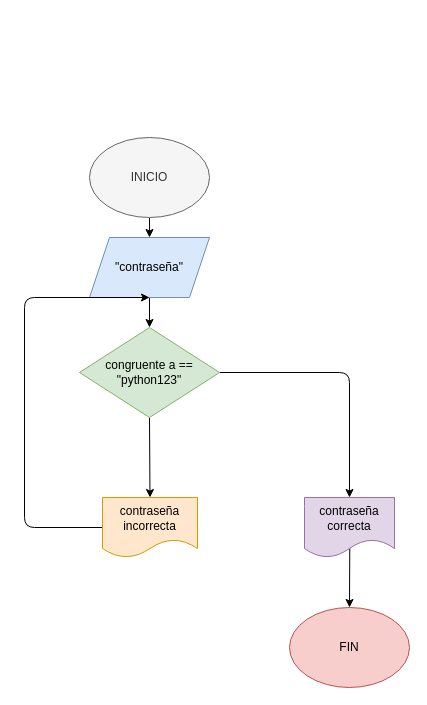
Earlier version of the draw.io diagram Ejercicio No.1/diagrama.drawio (stebancarrenoaraque/EJERCICIOS-PRACTICA-WHILE). Source tidied: cells renumbered, new cells numbered last; positions are measured from the earlier drawing's top-left corner, leaving out a move shared by most shapes. Both pictures are drawn from the tidied source at 100%, with x=0, y=0 at pixel (24, 137). Pictures stored in the file or linked from it are replaced by grey dashed boxes.
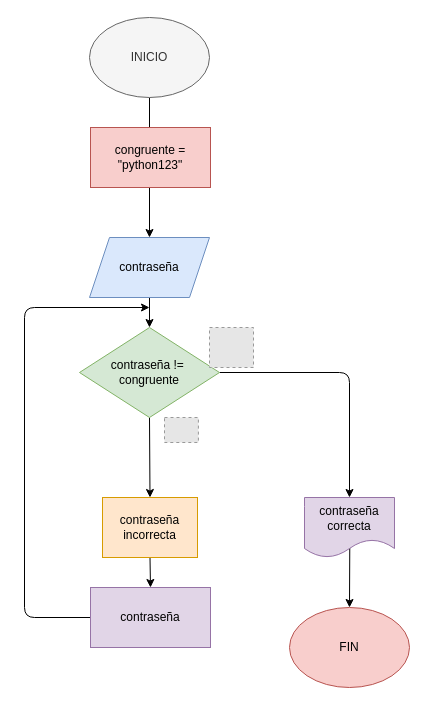
The same page after the edit.

Commit message (it also covers changes not shown here):
se actualizo el README con analisis y diseño

Diff of the diagram source:
```diff
@@
     <mxCell id="3" value="INICIO" style="ellipse;whiteSpace=wrap;html=1;fillColor=#f5f5f5;fontColor=#333333;strokeColor=#666666;" parent="1" vertex="1">
-      <mxGeometry x="65" width="120" height="80" as="geometry" />
+      <mxGeometry x="65" y="-120" width="120" height="80" as="geometry" />
     </mxCell>
@@
-    <mxCell id="5" value="&quot;contraseña&quot;" style="shape=parallelogram;perimeter=parallelogramPerimeter;whiteSpace=wrap;html=1;fixedSize=1;fillColor=#dae8fc;strokeColor=#6c8ebf;" parent="1" vertex="1">
+    <mxCell id="5" value="contraseña" style="shape=parallelogram;perimeter=parallelogramPerimeter;whiteSpace=wrap;html=1;fixedSize=1;fillColor=#dae8fc;strokeColor=#6c8ebf;" parent="1" vertex="1">
       <mxGeometry x="65" y="100" width="120" height="60" as="geometry" />
     </mxCell>
@@
-    <mxCell id="8" value="congruente a ==&lt;div&gt;&quot;python123&quot;&lt;/div&gt;" style="rhombus;whiteSpace=wrap;html=1;fillColor=#d5e8d4;strokeColor=#82b366;" parent="1" vertex="1">
+    <mxCell id="8" value="contraseña !=&amp;nbsp;&lt;div&gt;congruente&lt;/div&gt;" style="rhombus;whiteSpace=wrap;html=1;fillColor=#d5e8d4;strokeColor=#82b366;" parent="1" vertex="1">
       <mxGeometry x="55" y="190" width="140" height="90" as="geometry" />
     </mxCell>
-    <mxCell id="9" style="edgeStyle=none;html=1;exitX=0;exitY=0.5;exitDx=0;exitDy=0;entryX=0.5;entryY=1;entryDx=0;entryDy=0;" parent="1" edge="1" source="10" target="5">
+    <mxCell id="9" style="edgeStyle=none;html=1;exitX=0;exitY=0.5;exitDx=0;exitDy=0;" parent="1" edge="1" source="16">
       <mxGeometry relative="1" as="geometry">
+        <mxPoint x="125" y="170" as="targetPoint" />
         <Array as="points">
-          <mxPoint y="390" />
-          <mxPoint y="160" />
+          <mxPoint y="480" />
+          <mxPoint y="170" />
         </Array>
       </mxGeometry>
     </mxCell>
+    <mxCell id="14" style="edgeStyle=none;html=1;exitX=0.5;exitY=1;exitDx=0;exitDy=0;entryX=0.5;entryY=0;entryDx=0;entryDy=0;" parent="1" edge="1" source="10" target="16">
+      <mxGeometry relative="1" as="geometry" />
+    </mxCell>
-    <mxCell id="10" value="contraseña incorrecta" style="shape=document;whiteSpace=wrap;html=1;boundedLbl=1;fillColor=#ffe6cc;strokeColor=#d79b00;" parent="1" vertex="1">
+    <mxCell id="10" value="contraseña incorrecta" style="shape=label;whiteSpace=wrap;html=1;boundedLbl=1;fillColor=#ffe6cc;strokeColor=#d79b00;rounded=0;" parent="1" vertex="1">
       <mxGeometry x="78" y="360" width="95" height="60" as="geometry" />
     </mxCell>
@@
+    <mxCell id="15" value="congruente = &quot;python123&quot;" style="rounded=0;whiteSpace=wrap;html=1;fillColor=#f8cecc;strokeColor=#b85450;" parent="1" vertex="1">
+      <mxGeometry x="66" y="-10" width="120" height="60" as="geometry" />
+    </mxCell>
+    <mxCell id="16" value="contraseña" style="rounded=0;whiteSpace=wrap;html=1;fillColor=#e1d5e7;strokeColor=#9673a6;" parent="1" vertex="1">
+      <mxGeometry x="66" y="450" width="120" height="60" as="geometry" />
+    </mxCell>
+    <mxCell id="17" style="fillColor=#E6E6E6;strokeColor=#999999;dashed=1;verticalLabelPosition=bottom;verticalAlign=top;" parent="1" vertex="1">
+      <mxGeometry x="185" y="190" width="44" height="40" as="geometry" />
+    </mxCell>
+    <mxCell id="18" style="fillColor=#E6E6E6;strokeColor=#999999;dashed=1;verticalLabelPosition=bottom;verticalAlign=top;" parent="1" vertex="1">
+      <mxGeometry x="140" y="280" width="33.9" height="25" as="geometry" />
+    </mxCell>
```
